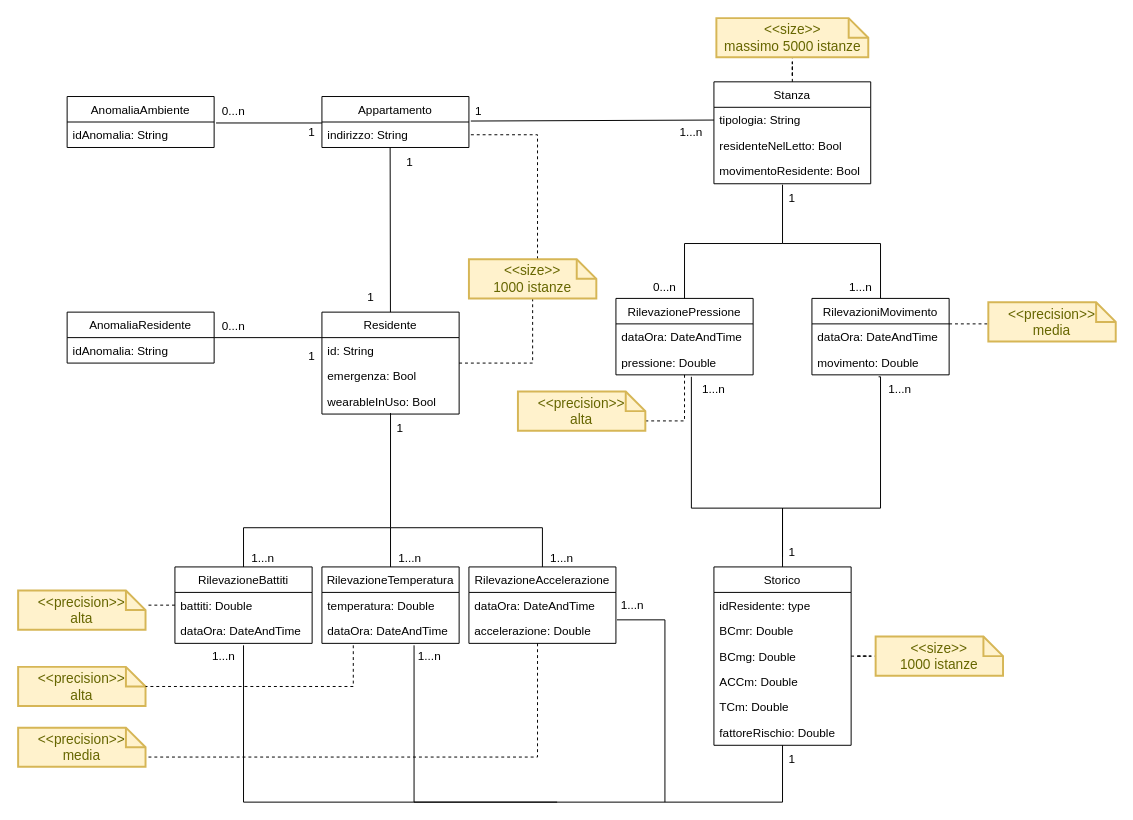
The draw.io diagram Progetto/Modello_Dati/ModelloDati.drawio in Wonderjack996/unimib-software-architecture, before the edit. Source tidied: cells renumbered, new cells numbered last; positions are measured from the earlier drawing's top-left corner, leaving out a move shared by most shapes. Both pictures are drawn from the tidied source at 98%, with x=0, y=0 at pixel (18, 18).
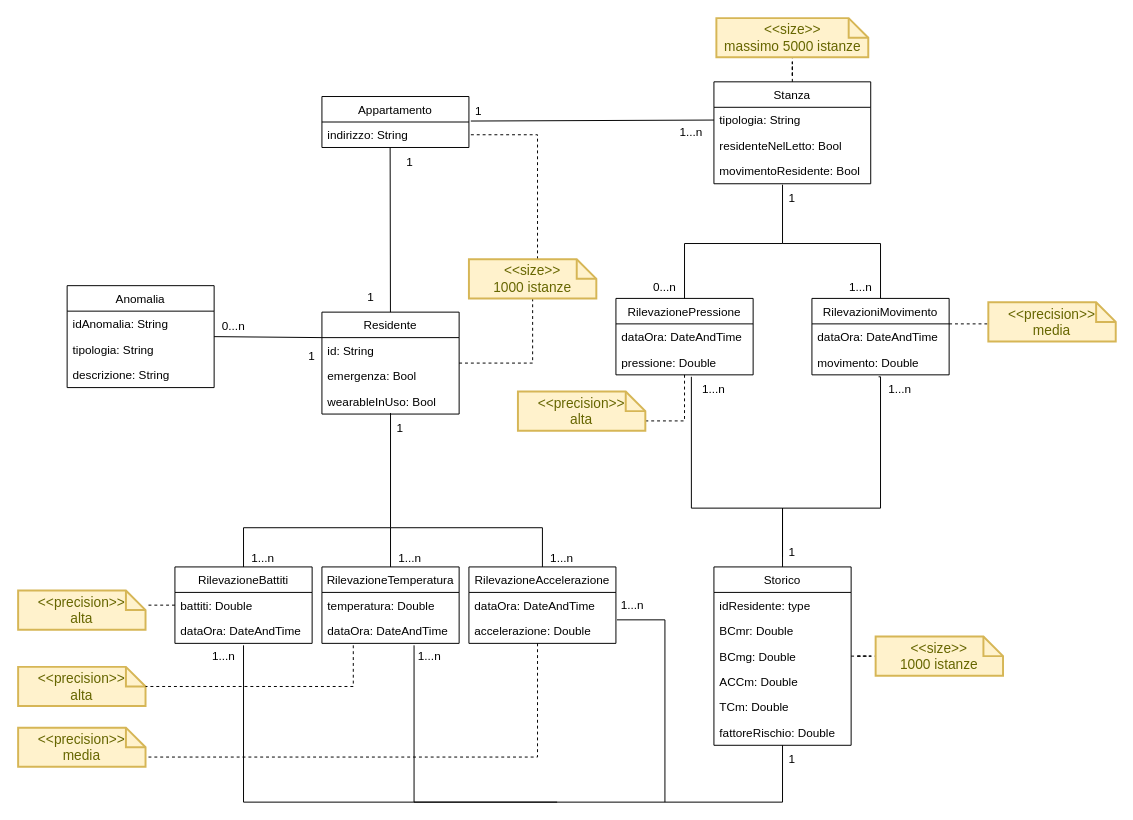
Above is the later version.

The edit, as a diff of the source:
```diff
@@
-    <mxCell id="81" value="AnomaliaAmbiente" style="swimlane;fontStyle=0;horizontal=1;startSize=26;fillColor=none;" parent="1" vertex="1">
-      <mxGeometry x="50" y="80" width="150" height="52" as="geometry" />
-    </mxCell>
-    <mxCell id="82" value="idAnomalia: String" style="text;strokeColor=none;fillColor=none;align=left;verticalAlign=top;spacingLeft=4;spacingRight=4;overflow=hidden;points=[[0,0.5],[1,0.5]];portConstraint=eastwest;" parent="81" vertex="1">
-      <mxGeometry y="26" width="150" height="26" as="geometry" />
-    </mxCell>
-    <mxCell id="83" style="endArrow=none;html=1;rounded=0;entryX=1.013;entryY=0.038;entryDx=0;entryDy=0;entryPerimeter=0;" parent="1" edge="1" target="82">
-      <mxGeometry relative="1" as="geometry">
-        <mxPoint x="310" y="107" as="sourcePoint" />
-      </mxGeometry>
-    </mxCell>
-    <mxCell id="84" value="0...n" style="text;html=1;strokeColor=none;fillColor=none;align=center;verticalAlign=middle;whiteSpace=wrap;rounded=0;" parent="1" vertex="1">
-      <mxGeometry x="190" y="80" width="60" height="30" as="geometry" />
-    </mxCell>
-    <mxCell id="85" value="1" style="text;html=1;strokeColor=none;fillColor=none;align=center;verticalAlign=middle;whiteSpace=wrap;rounded=0;" parent="1" vertex="1">
-      <mxGeometry x="270" y="102" width="60" height="30" as="geometry" />
-    </mxCell>
-    <mxCell id="86" value="AnomaliaResidente" style="swimlane;fontStyle=0;horizontal=1;startSize=26;fillColor=none;" parent="1" vertex="1">
-      <mxGeometry x="50" y="300" width="150" height="52" as="geometry" />
+    <mxCell id="86" value="Anomalia" style="swimlane;fontStyle=0;horizontal=1;startSize=26;fillColor=none;" parent="1" vertex="1">
+      <mxGeometry x="50" y="273" width="150" height="104" as="geometry" />
     </mxCell>
@@
+    <mxCell id="91" value="tipologia: String" style="text;strokeColor=none;fillColor=none;align=left;verticalAlign=top;spacingLeft=4;spacingRight=4;overflow=hidden;" parent="86" vertex="1">
+      <mxGeometry y="52" width="150" height="26" as="geometry" />
+    </mxCell>
+    <mxCell id="92" value="descrizione: String" style="text;strokeColor=none;fillColor=none;align=left;verticalAlign=top;spacingLeft=4;spacingRight=4;overflow=hidden;" parent="86" vertex="1">
+      <mxGeometry y="78" width="150" height="26" as="geometry" />
+    </mxCell>
```
